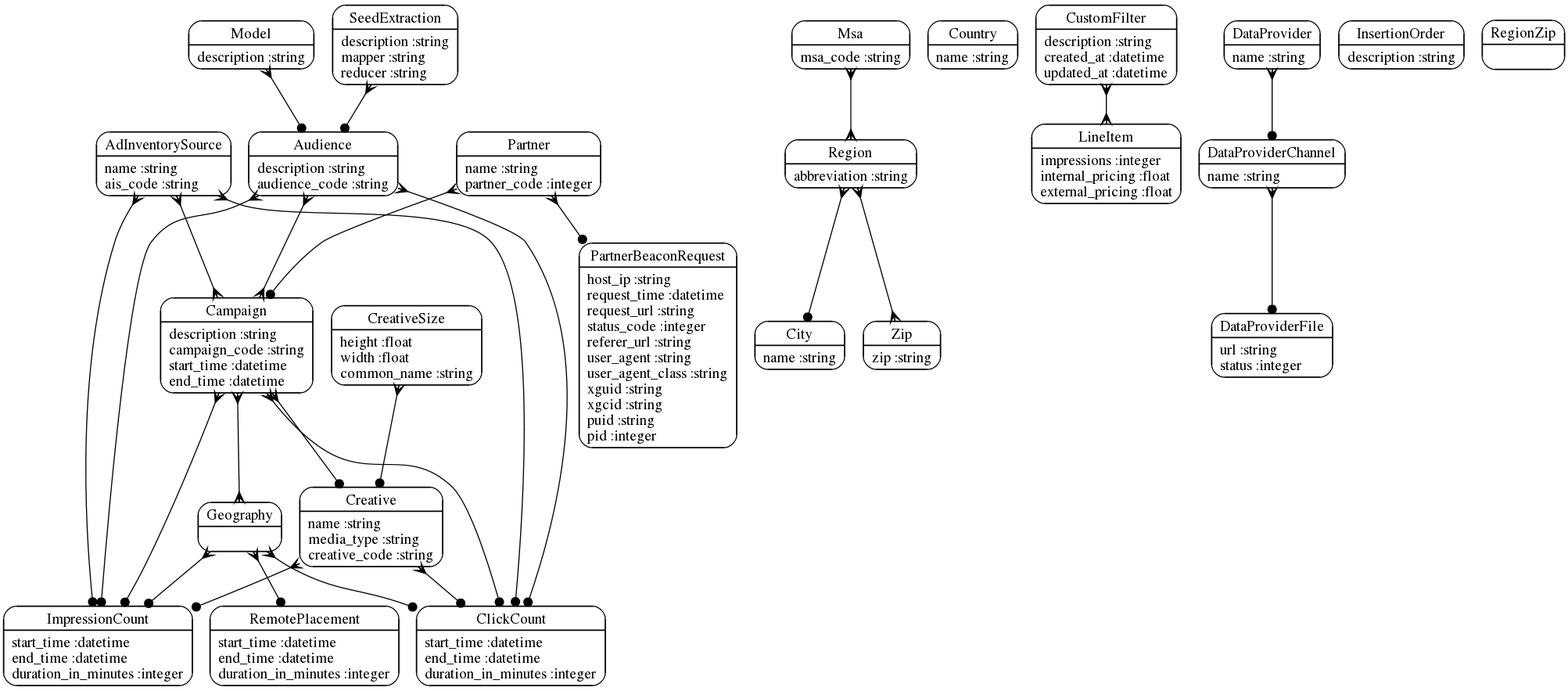
This is trunk/doc/models.png from dougpotter/controlcenter, a Graphviz export, as it was before one commit. Its source is kept beside it as trunk/doc/models.dot.
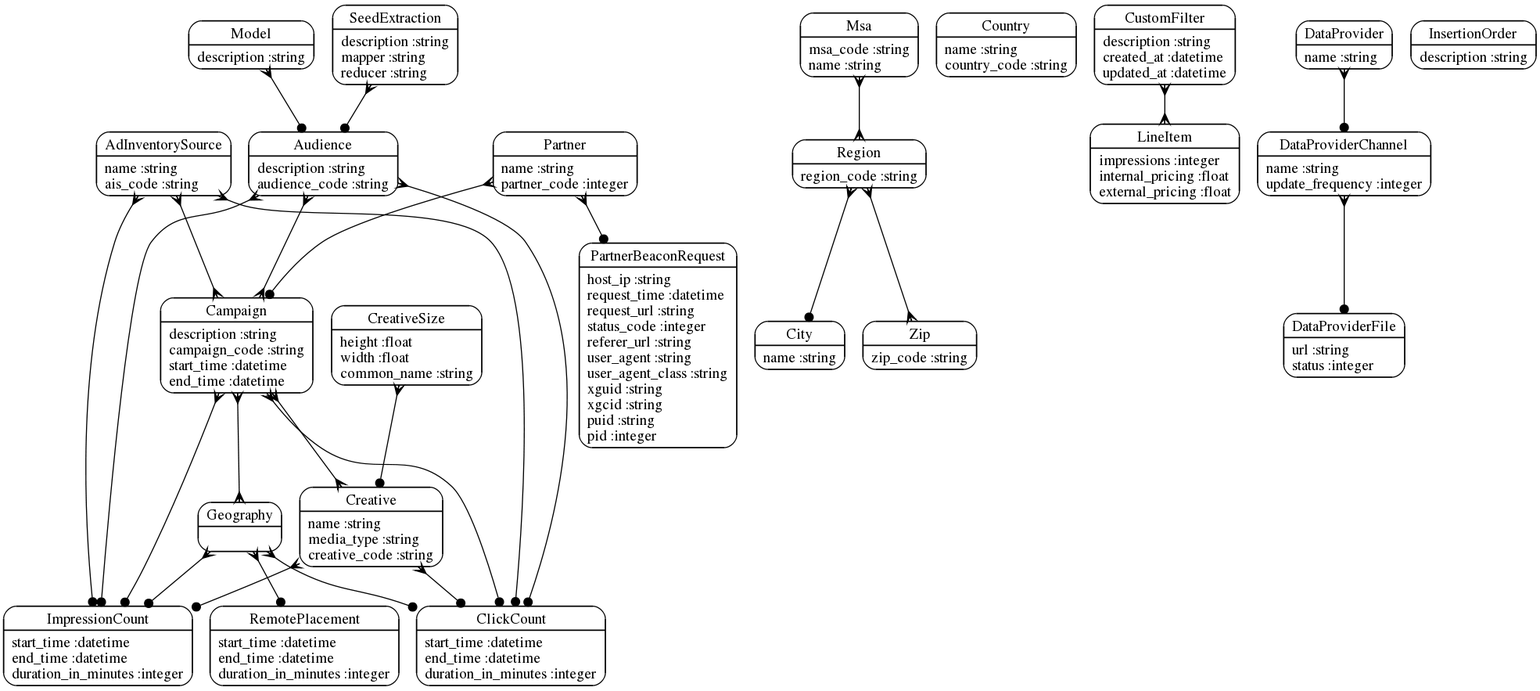
The same diagram one commit later.

Commit message:
#546 - changed campaign creative relationship to many to many

What changed in the source:
```diff
@@ -5,26 +5,25 @@
 	"Campaign" [shape=Mrecord, label="{Campaign|description :string\lcampaign_code :string\lstart_time :datetime\lend_time :datetime\l}"]
 	"City" [shape=Mrecord, label="{City|name :string\l}"]
 	"ClickCount" [shape=Mrecord, label="{ClickCount|start_time :datetime\lend_time :datetime\lduration_in_minutes :integer\l}"]
-	"Country" [shape=Mrecord, label="{Country|name :string\l}"]
+	"Country" [shape=Mrecord, label="{Country|name :string\lcountry_code :string\l}"]
 	"Creative" [shape=Mrecord, label="{Creative|name :string\lmedia_type :string\lcreative_code :string\l}"]
 	"CreativeSize" [shape=Mrecord, label="{CreativeSize|height :float\lwidth :float\lcommon_name :string\l}"]
 	"CustomFilter" [shape=Mrecord, label="{CustomFilter|description :string\lcreated_at :datetime\lupdated_at :datetime\l}"]
 	"DataProvider" [shape=Mrecord, label="{DataProvider|name :string\l}"]
-	"DataProviderChannel" [shape=Mrecord, label="{DataProviderChannel|name :string\l}"]
+	"DataProviderChannel" [shape=Mrecord, label="{DataProviderChannel|name :string\lupdate_frequency :integer\l}"]
 	"DataProviderFile" [shape=Mrecord, label="{DataProviderFile|url :string\lstatus :integer\l}"]
 	"Geography" [shape=Mrecord, label="{Geography|\l}"]
 	"ImpressionCount" [shape=Mrecord, label="{ImpressionCount|start_time :datetime\lend_time :datetime\lduration_in_minutes :integer\l}"]
 	"InsertionOrder" [shape=Mrecord, label="{InsertionOrder|description :string\l}"]
 	"LineItem" [shape=Mrecord, label="{LineItem|impressions :integer\linternal_pricing :float\lexternal_pricing :float\l}"]
 	"Model" [shape=Mrecord, label="{Model|description :string\l}"]
-	"Msa" [shape=Mrecord, label="{Msa|msa_code :string\l}"]
+	"Msa" [shape=Mrecord, label="{Msa|msa_code :string\lname :string\l}"]
 	"Partner" [shape=Mrecord, label="{Partner|name :string\lpartner_code :integer\l}"]
 	"PartnerBeaconRequest" [shape=Mrecord, label="{PartnerBeaconRequest|host_ip :string\lrequest_time :datetime\lrequest_url :string\lstatus_code :integer\lreferer_url :string\luser_agent :string\luser_agent_class :string\lxguid :string\lxgcid :string\lpuid :string\lpid :integer\l}"]
-	"Region" [shape=Mrecord, label="{Region|abbreviation :string\l}"]
-	"RegionZip" [shape=Mrecord, label="{RegionZip|\l}"]
+	"Region" [shape=Mrecord, label="{Region|region_code :string\l}"]
 	"RemotePlacement" [shape=Mrecord, label="{RemotePlacement|start_time :datetime\lend_time :datetime\lduration_in_minutes :integer\l}"]
 	"SeedExtraction" [shape=Mrecord, label="{SeedExtraction|description :string\lmapper :string\lreducer :string\l}"]
-	"Zip" [shape=Mrecord, label="{Zip|zip :string\l}"]
+	"Zip" [shape=Mrecord, label="{Zip|zip_code :string\l}"]
 	"AdInventorySource" -> "ClickCount" [arrowtail=crow, arrowhead=dot, dir=both]
 	"AdInventorySource" -> "ImpressionCount" [arrowtail=crow, arrowhead=dot, dir=both]
 	"AdInventorySource" -> "Campaign" [arrowtail=crow, arrowhead=crow, dir=both]
@@ -34,7 +33,7 @@
 	"Campaign" -> "ClickCount" [arrowtail=crow, arrowhead=dot, dir=both]
 	"Campaign" -> "ImpressionCount" [arrowtail=crow, arrowhead=dot, dir=both]
 	"Campaign" -> "Geography" [arrowtail=crow, arrowhead=crow, dir=both]
-	"Campaign" -> "Creative" [arrowtail=crow, arrowhead=dot, dir=both]
+	"Campaign" -> "Creative" [arrowtail=crow, arrowhead=crow, dir=both]
 	"Creative" -> "ClickCount" [arrowtail=crow, arrowhead=dot, dir=both]
 	"Creative" -> "ImpressionCount" [arrowtail=crow, arrowhead=dot, dir=both]
 	"CreativeSize" -> "Creative" [arrowtail=crow, arrowhead=dot, dir=both]
```
